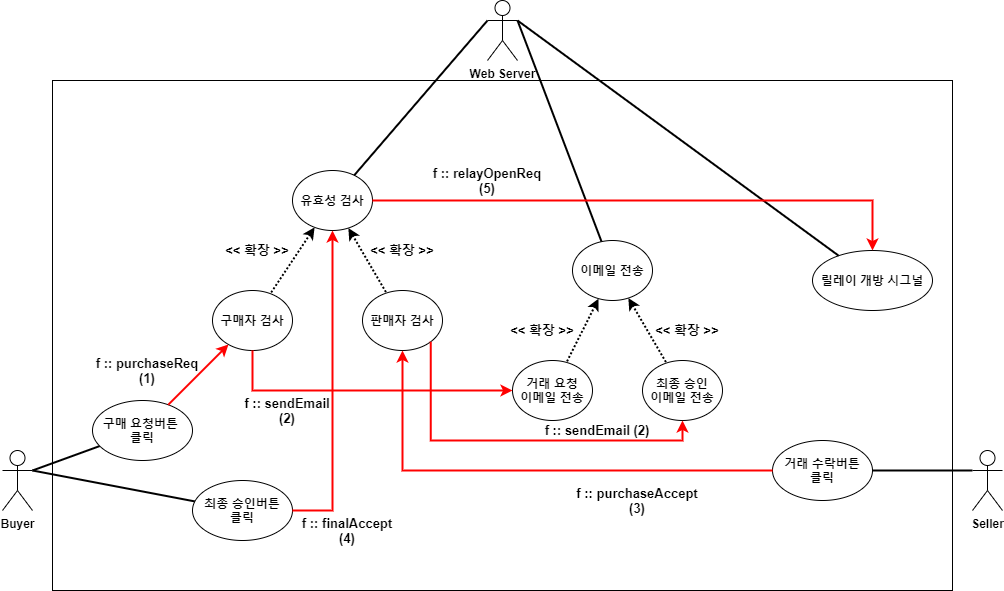
The draw.io diagram documents/2. 유스케이스/UseCase_6월.png in 97thCJY/CapstoneDesignDC, before a commit. Source tidied: cells renumbered, new cells last; positions are measured from the earlier drawing's top-left corner, leaving out a move shared by most shapes.
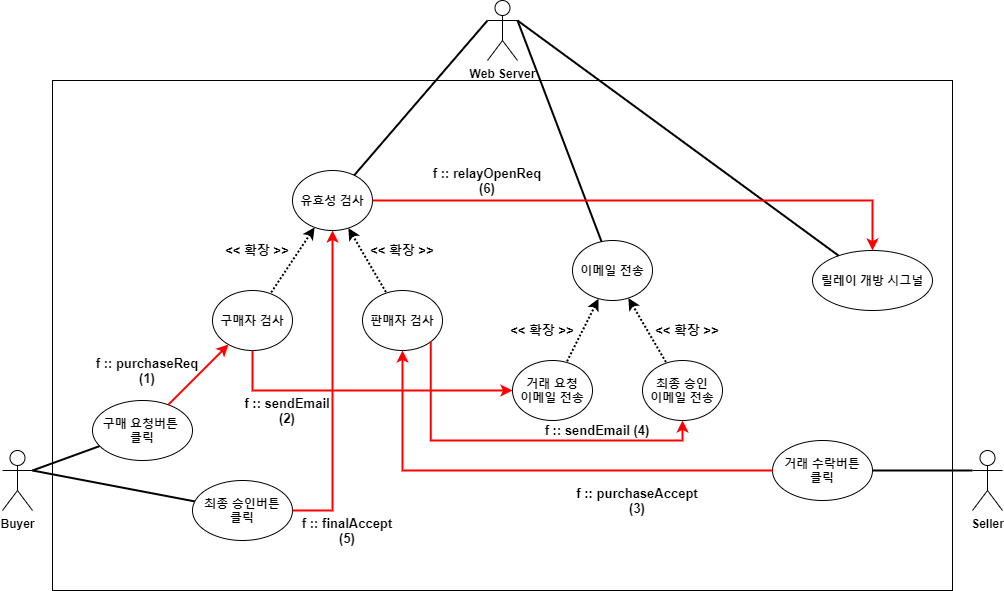
After the change.

Change to the diagram source:
```diff
@@ -112,19 +112,19 @@
         </Array>
       </mxGeometry>
     </mxCell>
-    <mxCell id="37" value="&lt;span&gt;&lt;font style=&quot;font-size: 13px&quot;&gt;f :: sendEmail (2)&lt;/font&gt;&lt;/span&gt;" style="text;html=1;strokeColor=none;fillColor=none;align=center;verticalAlign=middle;whiteSpace=wrap;rounded=0;fontStyle=1;" parent="1" vertex="1">
+    <mxCell id="37" value="&lt;span&gt;&lt;font style=&quot;font-size: 13px&quot;&gt;f :: sendEmail (4)&lt;/font&gt;&lt;/span&gt;" style="text;html=1;strokeColor=none;fillColor=none;align=center;verticalAlign=middle;whiteSpace=wrap;rounded=0;fontStyle=1;" parent="1" vertex="1">
       <mxGeometry x="510" y="410" width="170" height="40" as="geometry" />
     </mxCell>
     <mxCell id="38" style="rounded=0;jettySize=auto;html=1;endArrow=none;endFill=0;strokeWidth=2;strokeColor=#FF0000;startArrow=classic;startFill=1;fontStyle=1;edgeStyle=orthogonalEdgeStyle;entryX=1;entryY=0.5;entryDx=0;entryDy=0;" parent="1" edge="1" source="10" target="26">
       <mxGeometry relative="1" as="geometry" />
     </mxCell>
-    <mxCell id="39" value="&lt;span&gt;&lt;font style=&quot;font-size: 13px&quot;&gt;f :: finalAccept&lt;br&gt;(4)&lt;/font&gt;&lt;/span&gt;" style="text;html=1;strokeColor=none;fillColor=none;align=center;verticalAlign=middle;whiteSpace=wrap;rounded=0;fontStyle=1;" parent="1" vertex="1">
+    <mxCell id="39" value="&lt;span&gt;&lt;font style=&quot;font-size: 13px&quot;&gt;f :: finalAccept&lt;br&gt;(5)&lt;/font&gt;&lt;/span&gt;" style="text;html=1;strokeColor=none;fillColor=none;align=center;verticalAlign=middle;whiteSpace=wrap;rounded=0;fontStyle=1;" parent="1" vertex="1">
       <mxGeometry x="260" y="510" width="170" height="40" as="geometry" />
     </mxCell>
     <mxCell id="40" style="rounded=0;jettySize=auto;html=1;endArrow=none;endFill=0;strokeWidth=2;strokeColor=#FF0000;startArrow=classic;startFill=1;fontStyle=1;edgeStyle=orthogonalEdgeStyle;entryX=1;entryY=0.5;entryDx=0;entryDy=0;exitX=0.5;exitY=0;exitDx=0;exitDy=0;" parent="1" edge="1" source="15" target="10">
       <mxGeometry relative="1" as="geometry" />
     </mxCell>
-    <mxCell id="41" value="&lt;span&gt;&lt;font style=&quot;font-size: 13px&quot;&gt;f :: relayOpenReq&lt;br&gt;(5)&lt;/font&gt;&lt;/span&gt;" style="text;html=1;strokeColor=none;fillColor=none;align=center;verticalAlign=middle;whiteSpace=wrap;rounded=0;fontStyle=1;" parent="1" vertex="1">
+    <mxCell id="41" value="&lt;span&gt;&lt;font style=&quot;font-size: 13px&quot;&gt;f :: relayOpenReq&lt;br&gt;(6)&lt;/font&gt;&lt;/span&gt;" style="text;html=1;strokeColor=none;fillColor=none;align=center;verticalAlign=middle;whiteSpace=wrap;rounded=0;fontStyle=1;" parent="1" vertex="1">
       <mxGeometry x="400" y="160" width="170" height="40" as="geometry" />
     </mxCell>
   </root>
```
